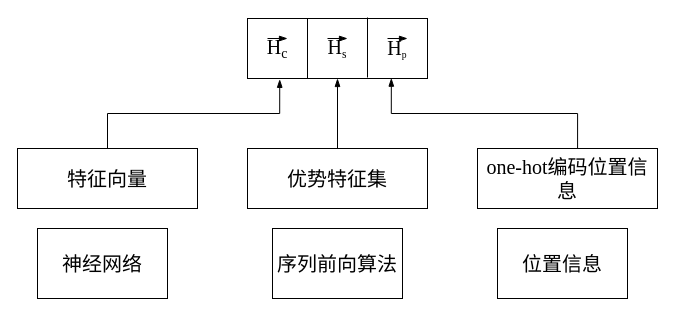
Above: onehot.drawio in ByronGe/ff (draw.io), before the change. Source tidied: cells renumbered, new cells numbered last; positions are measured from the earlier drawing's top-left corner, leaving out a move shared by most shapes. Both pictures are drawn from the tidied source at 100%, with x=0, y=0 at pixel (17, 17).
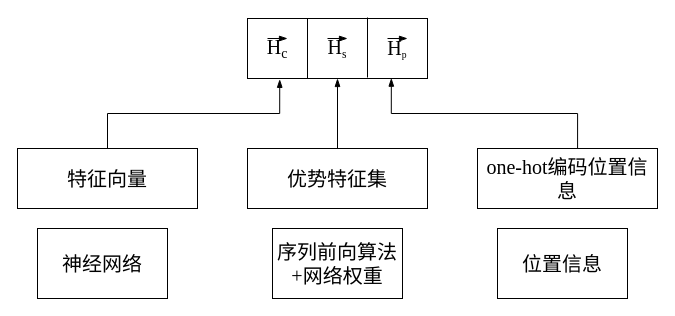
The same diagram, later.

Diff of the diagram source:
```diff
@@
-    <mxCell id="9" value="序列前向算法" style="rounded=0;whiteSpace=wrap;html=1;fontFamily=Times New Roman;fontSize=20;" parent="1" vertex="1">
+    <mxCell id="9" value="序列前向算法&lt;br&gt;+网络权重" style="rounded=0;whiteSpace=wrap;html=1;fontFamily=Times New Roman;fontSize=20;" parent="1" vertex="1">
       <mxGeometry x="255" y="211" width="130" height="70" as="geometry" />
     </mxCell>
```
